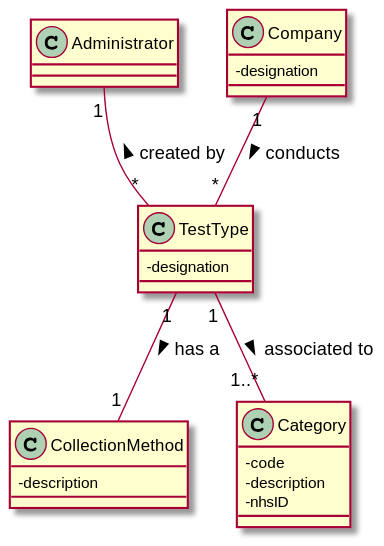
Before: docs/SprintB/US9/US9_DM.svg, a diagram exported from PlantUML (MadDinosaur/ISEP-LAPR2).
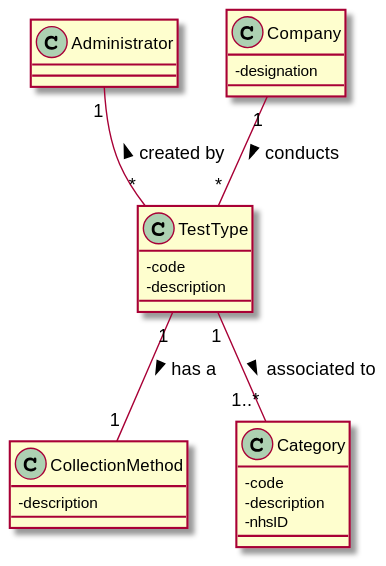
The same file after the commit.

Diff of the diagram source:
```diff
@@ -12,7 +12,8 @@
 }
 
 class TestType {
--designation
+-code
+-description
 }
 
 class Category {
```
